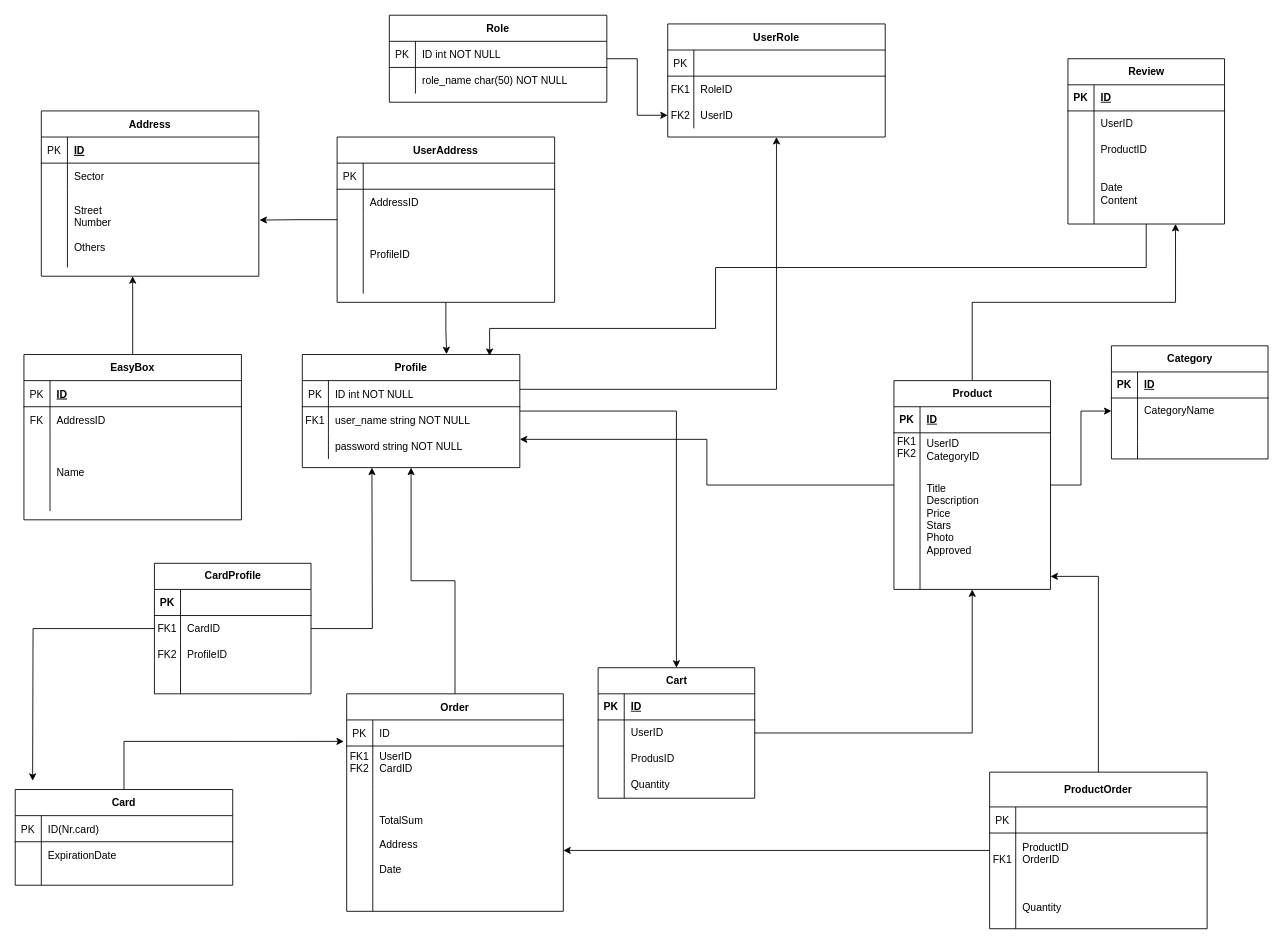
This is Untitled Diagram.drawio from Popescu-Alin/ProiectMDS, a draw.io file, before an edit. Source tidied: cells renumbered, new cells numbered last; positions are measured from the earlier drawing's top-left corner, leaving out a move shared by most shapes. Both pictures are drawn from the tidied source at 87%, with x=0, y=0 at pixel (15, 15).
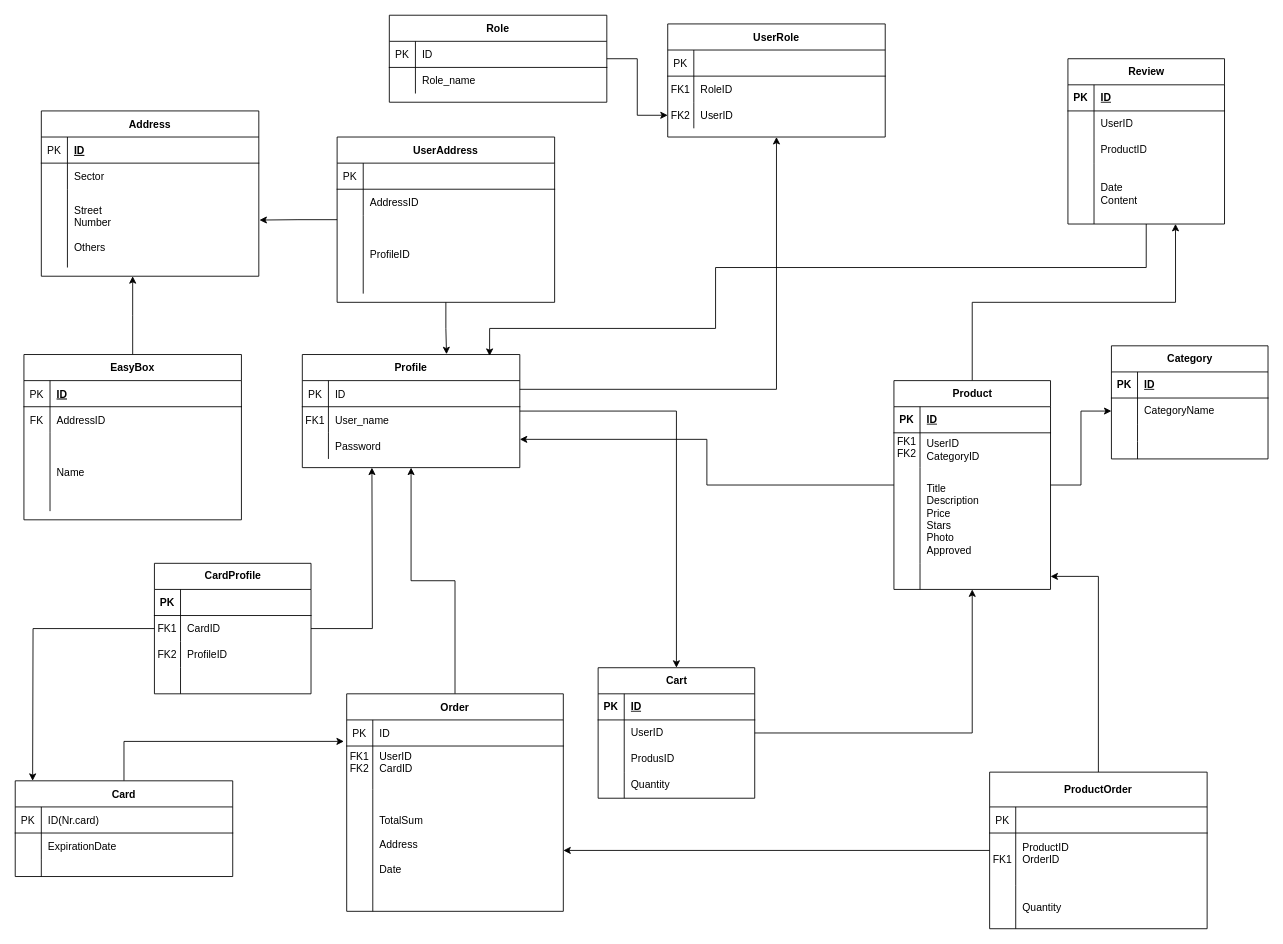
The same diagram, later.

The change refers to these unchanged cells:
```xml
<mxCell id="5" style="shape=partialRectangle;fillColor=none;top=0;left=0;right=0;bottom=1;" parent="4" vertex="1">
  <mxGeometry y="30" width="250" height="30" as="geometry" />
</mxCell>
<mxCell id="8" style="shape=partialRectangle;fillColor=none;top=0;left=0;right=0;bottom=0;" parent="4" vertex="1">
  <mxGeometry y="60" width="250" height="30" as="geometry" />
</mxCell>
<mxCell id="11" style="shape=partialRectangle;fillColor=none;top=0;left=0;right=0;bottom=0;" parent="4" vertex="1">
  <mxGeometry y="90" width="250" height="30" as="geometry" />
</mxCell>
<mxCell id="26" style="shape=partialRectangle;fillColor=none;top=0;left=0;right=0;bottom=1;" parent="25" vertex="1">
  <mxGeometry y="30" width="250" height="30" as="geometry" />
</mxCell>
<mxCell id="29" style="shape=partialRectangle;fillColor=none;top=0;left=0;right=0;bottom=0;" parent="25" vertex="1">
  <mxGeometry y="60" width="250" height="30" as="geometry" />
</mxCell>
```

What changed in the source:
```diff
@@
-    <mxCell id="7" value="ID int NOT NULL " style="shape=partialRectangle;overflow=hidden;fillColor=none;top=0;left=0;bottom=0;right=0;align=left;spacingLeft=6;fontStyle=0;" parent="5" vertex="1">
+    <mxCell id="7" value="ID" style="shape=partialRectangle;overflow=hidden;fillColor=none;top=0;left=0;bottom=0;right=0;align=left;spacingLeft=6;fontStyle=0;" parent="5" vertex="1">
       <mxGeometry x="30" width="220" height="30" as="geometry" />
     </mxCell>
@@
-    <mxCell id="10" value="user_name string NOT NULL" style="shape=partialRectangle;overflow=hidden;fillColor=none;top=0;left=0;bottom=0;right=0;align=left;spacingLeft=6;" parent="8" vertex="1">
+    <mxCell id="10" value="User_name" style="shape=partialRectangle;overflow=hidden;fillColor=none;top=0;left=0;bottom=0;right=0;align=left;spacingLeft=6;" parent="8" vertex="1">
       <mxGeometry x="30" width="220" height="30" as="geometry" />
     </mxCell>
@@
-    <mxCell id="13" value="password string NOT NULL" style="shape=partialRectangle;overflow=hidden;fillColor=none;top=0;left=0;bottom=0;right=0;align=left;spacingLeft=6;" parent="11" vertex="1">
+    <mxCell id="13" value="Password" style="shape=partialRectangle;overflow=hidden;fillColor=none;top=0;left=0;bottom=0;right=0;align=left;spacingLeft=6;" parent="11" vertex="1">
       <mxGeometry x="30" width="220" height="30" as="geometry" />
     </mxCell>
@@
-    <mxCell id="28" value="ID int NOT NULL " style="shape=partialRectangle;overflow=hidden;fillColor=none;top=0;left=0;bottom=0;right=0;align=left;spacingLeft=6;fontStyle=0;" parent="26" vertex="1">
+    <mxCell id="28" value="ID" style="shape=partialRectangle;overflow=hidden;fillColor=none;top=0;left=0;bottom=0;right=0;align=left;spacingLeft=6;fontStyle=0;" parent="26" vertex="1">
       <mxGeometry x="30" width="220" height="30" as="geometry" />
     </mxCell>
@@
-    <mxCell id="31" value="role_name char(50) NOT NULL" style="shape=partialRectangle;overflow=hidden;fillColor=none;top=0;left=0;bottom=0;right=0;align=left;spacingLeft=6;" parent="29" vertex="1">
+    <mxCell id="31" value="Role_name " style="shape=partialRectangle;overflow=hidden;fillColor=none;top=0;left=0;bottom=0;right=0;align=left;spacingLeft=6;" parent="29" vertex="1">
       <mxGeometry x="30" width="220" height="30" as="geometry" />
     </mxCell>
@@
     <mxCell id="146" value="Card" style="shape=table;startSize=30;childLayout=tableLayout;rowLines=0;fontStyle=1;align=center;" parent="1" vertex="1">
-      <mxGeometry y="890" width="250" height="110" as="geometry" />
+      <mxGeometry y="880" width="250" height="110" as="geometry" />
     </mxCell>
```
